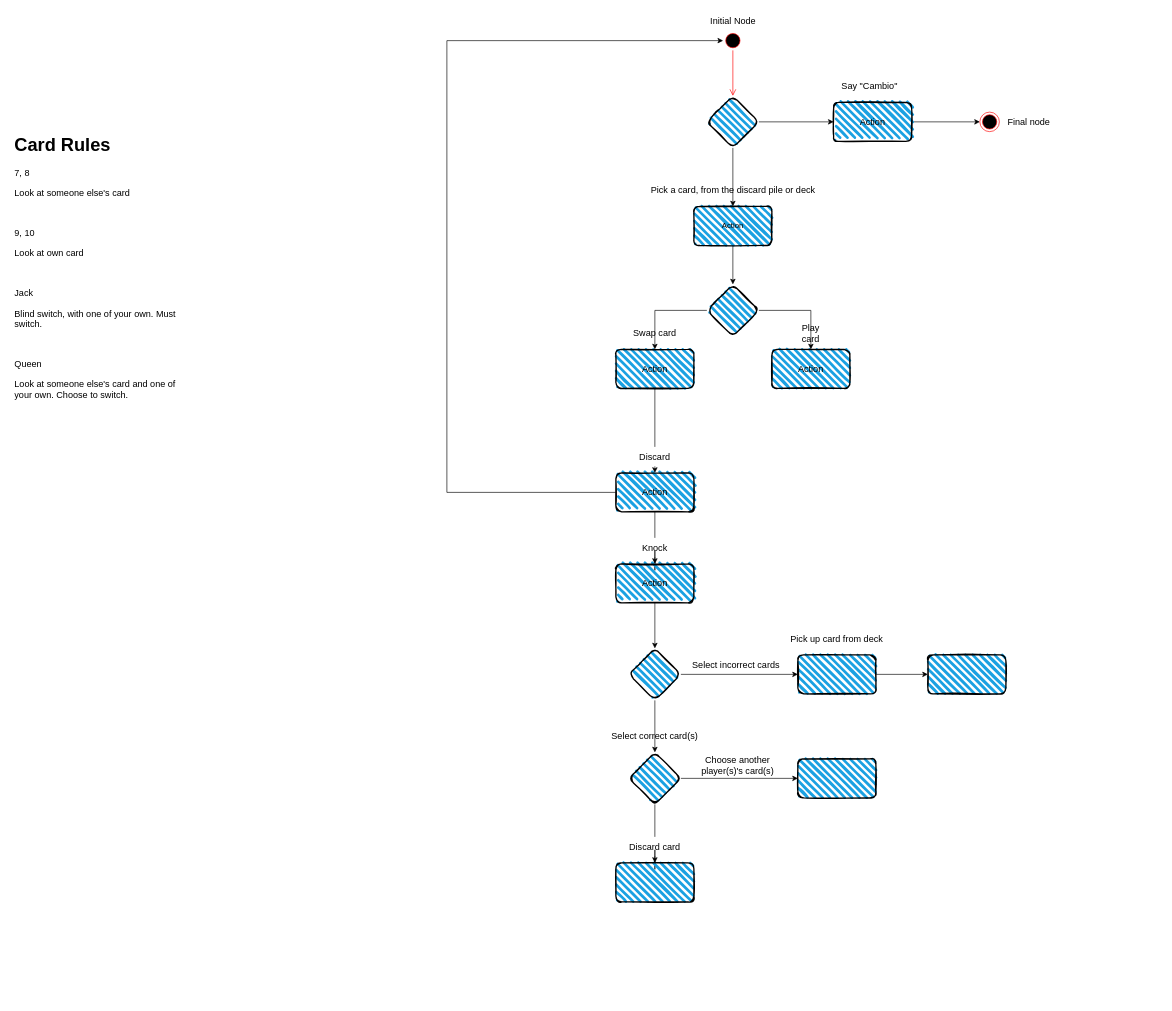
This is docs/diagrams/cambio_uml.drawio from halfpintutopia/cambio, a draw.io file, before an edit. Source tidied: cells renumbered, new cells numbered last; positions are measured from the earlier drawing's top-left corner, leaving out a move shared by most shapes. Both pictures are drawn from the tidied source at 65%, with x=0, y=0 at pixel (11, 11).
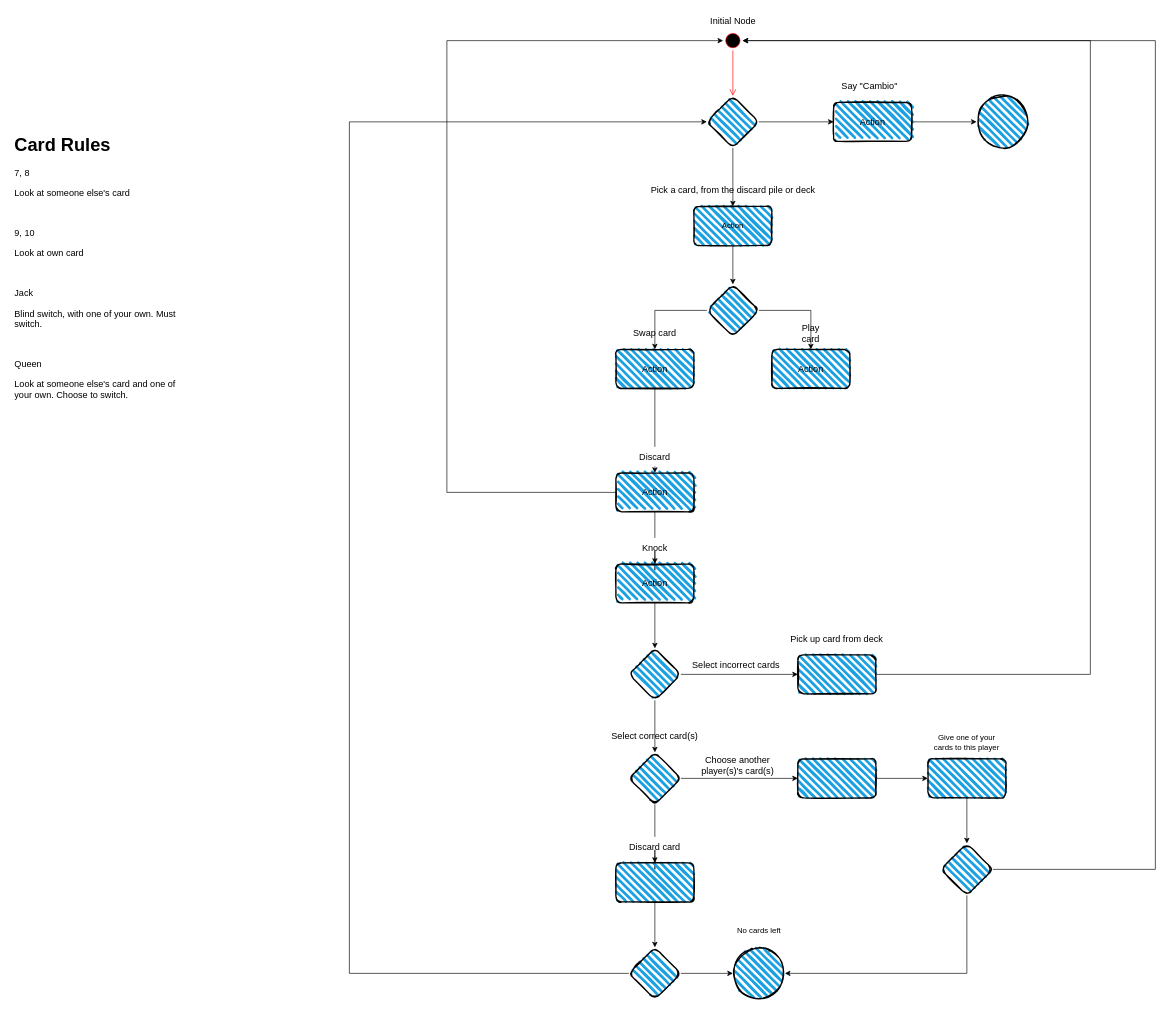
After the change.

Commit message:
Structure basic play in UML

The change refers to these unchanged cells:
```xml
<mxCell id="2" style="ellipse;html=1;shape=startState;fillColor=#000000;strokeColor=#ff0000;" parent="1" vertex="1">
  <mxGeometry x="1095" y="30" width="30" height="30" as="geometry" />
</mxCell>
<mxCell id="9" value="Action" style="rounded=1;whiteSpace=wrap;html=1;strokeWidth=2;fillWeight=4;hachureGap=8;hachureAngle=45;fillColor=#1ba1e2;sketch=1;fontSize=14;fontColor=#000000;" parent="1" vertex="1">
  <mxGeometry x="1265" y="140" width="120" height="60" as="geometry" />
</mxCell>
<mxCell id="26" style="rhombus;whiteSpace=wrap;html=1;fontSize=14;fillColor=#1ba1e2;fontColor=#000000;rounded=1;strokeWidth=2;fillWeight=4;hachureGap=8;hachureAngle=45;sketch=1;" parent="1" vertex="1">
  <mxGeometry x="1070" y="130" width="80" height="80" as="geometry" />
</mxCell>
<mxCell id="38" style="whiteSpace=wrap;html=1;fontSize=14;fillColor=#1ba1e2;fontColor=#000000;rounded=1;strokeWidth=2;fillWeight=4;hachureGap=8;hachureAngle=45;sketch=1;" parent="1" vertex="1">
  <mxGeometry x="1210" y="990" width="120" height="60" as="geometry" />
</mxCell>
<mxCell id="46" style="whiteSpace=wrap;html=1;fontSize=14;fillColor=#1ba1e2;fontColor=#000000;rounded=1;strokeWidth=2;fillWeight=4;hachureGap=8;hachureAngle=45;sketch=1;" parent="1" vertex="1">
  <mxGeometry x="1210" y="1150" width="120" height="60" as="geometry" />
</mxCell>
<mxCell id="47" style="whiteSpace=wrap;html=1;fontSize=14;fillColor=#1ba1e2;fontColor=#000000;rounded=1;strokeWidth=2;fillWeight=4;hachureGap=8;hachureAngle=45;sketch=1;" parent="1" vertex="1">
  <mxGeometry x="930" y="1310" width="120" height="60" as="geometry" />
</mxCell>
```

Change to the diagram source:
```diff
@@
-    <mxCell id="8" style="edgeStyle=orthogonalEdgeStyle;rounded=0;jettySize=auto;html=1;exitX=1;exitY=0.5;exitDx=0;exitDy=0;entryX=0;entryY=0.5;entryDx=0;entryDy=0;fontSize=14;fontColor=#000000;" parent="1" edge="1" source="9" target="10">
-      <mxGeometry relative="1" as="geometry" />
-    </mxCell>
+    <mxCell id="51" style="edgeStyle=orthogonalEdgeStyle;rounded=0;jettySize=auto;html=1;" parent="1" edge="1" source="9" target="66">
+      <mxGeometry relative="1" as="geometry" />
+    </mxCell>
@@
-    <mxCell id="10" style="ellipse;html=1;shape=endState;fillColor=#000000;strokeColor=#ff0000;" parent="1" vertex="1">
-      <mxGeometry x="1490" y="155" width="30" height="30" as="geometry" />
-    </mxCell>
-    <mxCell id="11" value="Final node" style="text;html=1;align=center;verticalAlign=middle;strokeColor=none;fillColor=none;fontSize=14;fontColor=#000000;" parent="1" vertex="1">
-      <mxGeometry x="1520" y="155" width="90" height="30" as="geometry" />
-    </mxCell>
@@
-    <mxCell id="37" style="edgeStyle=orthogonalEdgeStyle;rounded=0;jettySize=auto;html=1;fontSize=14;fontColor=#000000;" parent="1" edge="1" source="38" target="39">
-      <mxGeometry relative="1" as="geometry" />
-    </mxCell>
+    <mxCell id="52" style="edgeStyle=orthogonalEdgeStyle;rounded=0;jettySize=auto;html=1;exitX=1;exitY=0.5;exitDx=0;exitDy=0;entryX=1;entryY=0.5;entryDx=0;entryDy=0;" parent="1" edge="1" source="38" target="2">
+      <mxGeometry relative="1" as="geometry">
+        <Array as="points">
+          <mxPoint x="1660" y="1020" />
+          <mxPoint x="1660" y="45" />
+        </Array>
+      </mxGeometry>
+    </mxCell>
@@
-    <mxCell id="39" style="whiteSpace=wrap;html=1;fontSize=14;fillColor=#1ba1e2;fontColor=#000000;rounded=1;strokeWidth=2;fillWeight=4;hachureGap=8;hachureAngle=45;sketch=1;" parent="1" vertex="1">
-      <mxGeometry x="1410" y="990" width="120" height="60" as="geometry" />
-    </mxCell>
@@
+    <mxCell id="53" style="edgeStyle=orthogonalEdgeStyle;rounded=0;jettySize=auto;html=1;" parent="1" edge="1" source="46" target="57">
+      <mxGeometry relative="1" as="geometry" />
+    </mxCell>
@@
+    <mxCell id="54" style="edgeStyle=orthogonalEdgeStyle;rounded=0;jettySize=auto;html=1;" parent="1" edge="1" source="47" target="61">
+      <mxGeometry relative="1" as="geometry" />
+    </mxCell>
@@
+    <mxCell id="55" value="&lt;div&gt;Give one of your cards to this player&lt;br&gt;&lt;/div&gt;" style="text;html=1;strokeColor=none;fillColor=none;align=center;verticalAlign=middle;whiteSpace=wrap;rounded=0;" parent="1" vertex="1">
+      <mxGeometry x="1410" y="1100" width="120" height="50" as="geometry" />
+    </mxCell>
+    <mxCell id="56" style="edgeStyle=orthogonalEdgeStyle;rounded=0;jettySize=auto;html=1;" parent="1" edge="1" source="57" target="65">
+      <mxGeometry relative="1" as="geometry" />
+    </mxCell>
+    <mxCell id="57" style="whiteSpace=wrap;html=1;fontSize=14;fillColor=#1ba1e2;fontColor=#000000;rounded=1;strokeWidth=2;fillWeight=4;hachureGap=8;hachureAngle=45;sketch=1;" parent="1" vertex="1">
+      <mxGeometry x="1410" y="1150" width="120" height="60" as="geometry" />
+    </mxCell>
+    <mxCell id="58" value="No cards left" style="text;html=1;strokeColor=none;fillColor=none;align=center;verticalAlign=middle;whiteSpace=wrap;rounded=0;" parent="1" vertex="1">
+      <mxGeometry x="1097.5" y="1400" width="105" height="30" as="geometry" />
+    </mxCell>
+    <mxCell id="59" style="edgeStyle=orthogonalEdgeStyle;rounded=0;jettySize=auto;html=1;" parent="1" edge="1" source="61" target="62">
+      <mxGeometry relative="1" as="geometry" />
+    </mxCell>
+    <mxCell id="60" style="edgeStyle=orthogonalEdgeStyle;rounded=0;jettySize=auto;html=1;entryX=0;entryY=0.5;entryDx=0;entryDy=0;" parent="1" edge="1" source="61" target="26">
+      <mxGeometry relative="1" as="geometry">
+        <Array as="points">
+          <mxPoint x="520" y="1480" />
+          <mxPoint x="520" y="170" />
+        </Array>
+      </mxGeometry>
+    </mxCell>
+    <mxCell id="61" style="rhombus;whiteSpace=wrap;html=1;fontSize=14;fillColor=#1ba1e2;fontColor=#000000;rounded=1;strokeWidth=2;fillWeight=4;hachureGap=8;hachureAngle=45;sketch=1;" parent="1" vertex="1">
+      <mxGeometry x="950" y="1440" width="80" height="80" as="geometry" />
+    </mxCell>
+    <mxCell id="62" style="ellipse;whiteSpace=wrap;html=1;fontSize=14;fillColor=#1ba1e2;fontColor=#000000;rounded=1;strokeWidth=2;fillWeight=4;hachureGap=8;hachureAngle=45;sketch=1;" parent="1" vertex="1">
+      <mxGeometry x="1110" y="1440" width="80" height="80" as="geometry" />
+    </mxCell>
+    <mxCell id="63" style="edgeStyle=orthogonalEdgeStyle;rounded=0;jettySize=auto;html=1;entryX=1;entryY=0.5;entryDx=0;entryDy=0;" parent="1" edge="1" source="65" target="62">
+      <mxGeometry relative="1" as="geometry">
+        <Array as="points">
+          <mxPoint x="1470" y="1480" />
+        </Array>
+      </mxGeometry>
+    </mxCell>
+    <mxCell id="64" style="edgeStyle=orthogonalEdgeStyle;rounded=0;jettySize=auto;html=1;exitX=1;exitY=0.5;exitDx=0;exitDy=0;entryX=1;entryY=0.5;entryDx=0;entryDy=0;" parent="1" edge="1" source="65" target="2">
+      <mxGeometry relative="1" as="geometry">
+        <Array as="points">
+          <mxPoint x="1760" y="1320" />
+          <mxPoint x="1760" y="45" />
+        </Array>
+      </mxGeometry>
+    </mxCell>
+    <mxCell id="65" style="rhombus;whiteSpace=wrap;html=1;fontSize=14;fillColor=#1ba1e2;fontColor=#000000;rounded=1;strokeWidth=2;fillWeight=4;hachureGap=8;hachureAngle=45;sketch=1;" parent="1" vertex="1">
+      <mxGeometry x="1430" y="1280" width="80" height="80" as="geometry" />
+    </mxCell>
+    <mxCell id="66" style="ellipse;whiteSpace=wrap;html=1;fontSize=14;fillColor=#1ba1e2;fontColor=#000000;rounded=1;strokeWidth=2;fillWeight=4;hachureGap=8;hachureAngle=45;sketch=1;" parent="1" vertex="1">
+      <mxGeometry x="1485" y="130" width="80" height="80" as="geometry" />
+    </mxCell>
```
